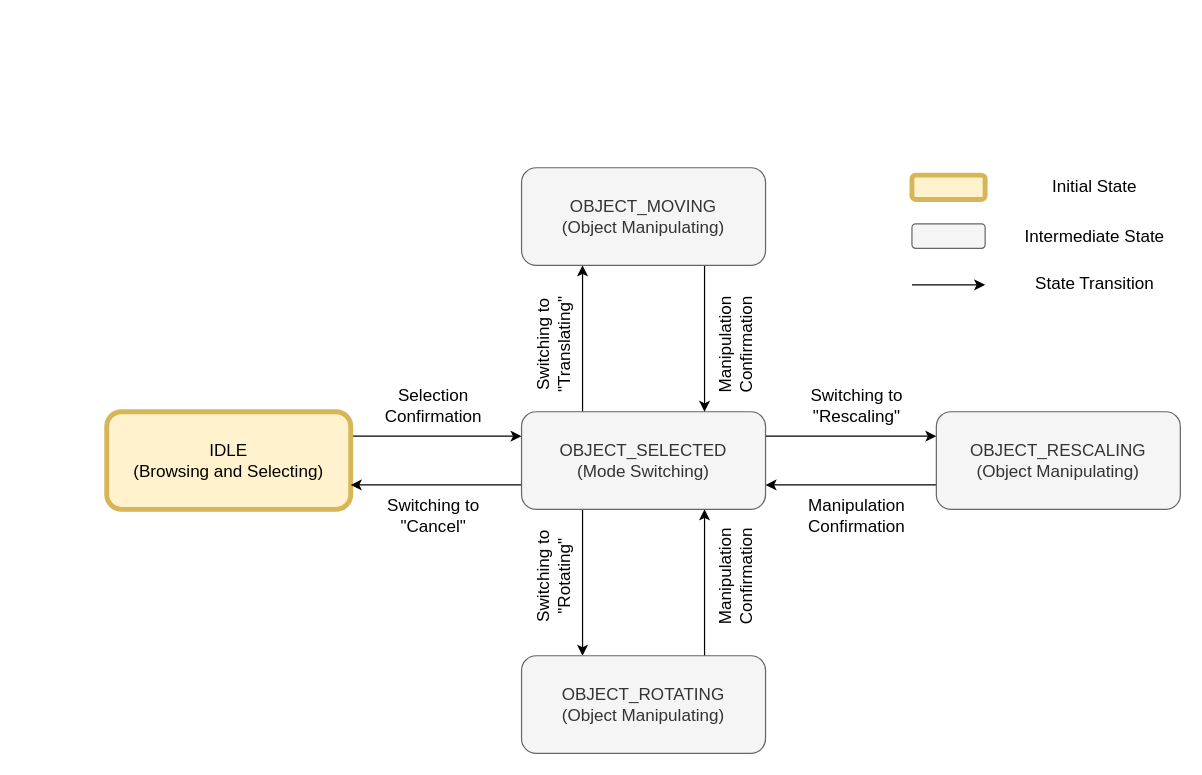
Above: PAPERWORK/论文图例/system_state_machine_eng.drawio in lorenz-liu/gaze-dominant-manipulation (draw.io), before the change. Source tidied: cells renumbered, new cells numbered last; positions are measured from the earlier drawing's top-left corner, leaving out a move shared by most shapes. Both pictures are drawn from the tidied source at 122%, with x=0, y=0 at pixel (106, 167).
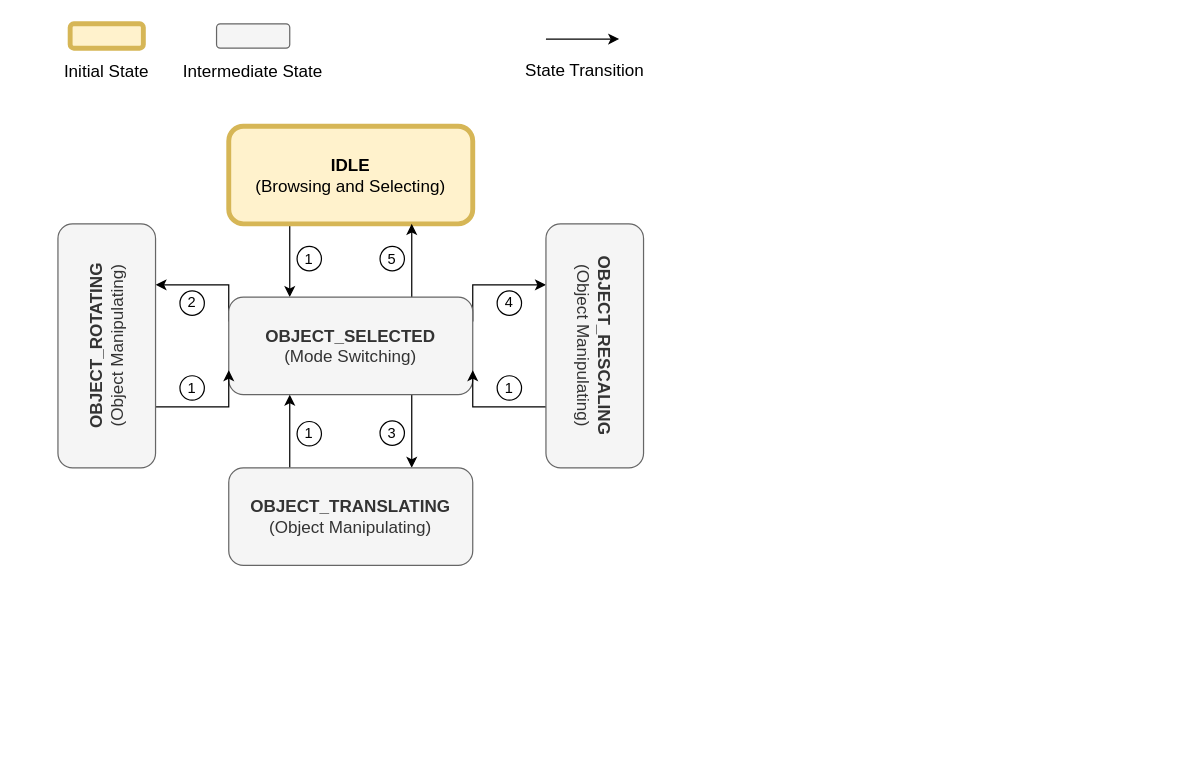
Above is the later version.

The edit, as a diff of the source:
```diff
@@
-    <mxCell id="2" style="edgeStyle=orthogonalEdgeStyle;rounded=0;jettySize=auto;html=1;exitX=1;exitY=0.25;exitDx=0;exitDy=0;entryX=0;entryY=0.25;entryDx=0;entryDy=0;fontSize=14;" parent="1" edge="1" source="3" target="8">
+    <mxCell id="2" style="edgeStyle=orthogonalEdgeStyle;rounded=0;jettySize=auto;html=1;exitX=0.25;exitY=1;exitDx=0;exitDy=0;entryX=0.25;entryY=0;entryDx=0;entryDy=0;" parent="1" edge="1" source="3" target="8">
       <mxGeometry relative="1" as="geometry" />
     </mxCell>
-    <mxCell id="3" value="IDLE&lt;br style=&quot;font-size: 14px;&quot;&gt;(Browsing and Selecting)" style="rounded=1;whiteSpace=wrap;html=1;fillColor=#fff2cc;strokeColor=#d6b656;strokeWidth=4;imageWidth=24;imageHeight=24;fontSize=14;" parent="1" vertex="1">
-      <mxGeometry y="200" width="200" height="80" as="geometry" />
+    <mxCell id="3" value="&lt;b&gt;IDLE&lt;/b&gt;&lt;br style=&quot;font-size: 14px;&quot;&gt;(Browsing and Selecting)" style="rounded=1;whiteSpace=wrap;html=1;fillColor=#fff2cc;strokeColor=#d6b656;strokeWidth=4;imageWidth=24;imageHeight=24;fontSize=14;" parent="1" vertex="1">
+      <mxGeometry x="100" y="-34" width="200" height="80" as="geometry" />
     </mxCell>
+    <mxCell id="6" style="edgeStyle=orthogonalEdgeStyle;rounded=0;jettySize=auto;html=1;exitX=0;exitY=0.25;exitDx=0;exitDy=0;entryX=0.75;entryY=1;entryDx=0;entryDy=0;" parent="1" edge="1" source="8" target="15">
+      <mxGeometry relative="1" as="geometry">
+        <Array as="points">
+          <mxPoint x="100" y="96" />
+        </Array>
+      </mxGeometry>
+    </mxCell>
+    <mxCell id="7" style="edgeStyle=orthogonalEdgeStyle;rounded=0;jettySize=auto;html=1;exitX=1;exitY=0.25;exitDx=0;exitDy=0;entryX=0.25;entryY=1;entryDx=0;entryDy=0;" parent="1" edge="1" source="8" target="17">
+      <mxGeometry relative="1" as="geometry">
+        <Array as="points">
+          <mxPoint x="300" y="96" />
+        </Array>
+      </mxGeometry>
+    </mxCell>
-    <mxCell id="4" style="edgeStyle=orthogonalEdgeStyle;rounded=0;jettySize=auto;html=1;exitX=0;exitY=0.75;exitDx=0;exitDy=0;entryX=1;entryY=0.75;entryDx=0;entryDy=0;fontSize=14;" parent="1" edge="1" source="8" target="3">
+    <mxCell id="4" style="edgeStyle=orthogonalEdgeStyle;rounded=0;jettySize=auto;html=1;exitX=0.75;exitY=0;exitDx=0;exitDy=0;entryX=0.75;entryY=1;entryDx=0;entryDy=0;" parent="1" edge="1" source="8" target="3">
       <mxGeometry relative="1" as="geometry" />
     </mxCell>
-    <mxCell id="5" style="edgeStyle=orthogonalEdgeStyle;rounded=0;jettySize=auto;html=1;exitX=0.25;exitY=0;exitDx=0;exitDy=0;entryX=0.25;entryY=1;entryDx=0;entryDy=0;fontSize=14;" parent="1" edge="1" source="8" target="11">
+    <mxCell id="5" style="edgeStyle=orthogonalEdgeStyle;rounded=0;jettySize=auto;html=1;exitX=0.75;exitY=1;exitDx=0;exitDy=0;entryX=0.75;entryY=0;entryDx=0;entryDy=0;" parent="1" edge="1" source="8" target="11">
       <mxGeometry relative="1" as="geometry" />
     </mxCell>
-    <mxCell id="6" style="edgeStyle=orthogonalEdgeStyle;rounded=0;jettySize=auto;html=1;exitX=0.25;exitY=1;exitDx=0;exitDy=0;entryX=0.25;entryY=0;entryDx=0;entryDy=0;fontSize=14;" parent="1" edge="1" source="8" target="15">
-      <mxGeometry relative="1" as="geometry" />
-    </mxCell>
-    <mxCell id="7" style="edgeStyle=orthogonalEdgeStyle;rounded=0;jettySize=auto;html=1;exitX=1;exitY=0.25;exitDx=0;exitDy=0;entryX=0;entryY=0.25;entryDx=0;entryDy=0;fontSize=14;" parent="1" edge="1" source="8" target="17">
-      <mxGeometry relative="1" as="geometry" />
-    </mxCell>
-    <mxCell id="8" value="OBJECT_SELECTED&lt;br style=&quot;font-size: 14px;&quot;&gt;(Mode Switching)" style="rounded=1;whiteSpace=wrap;html=1;fillColor=#f5f5f5;fontColor=#333333;strokeColor=#666666;imageWidth=24;imageHeight=24;fontSize=14;" parent="1" vertex="1">
-      <mxGeometry x="340" y="200" width="200" height="80" as="geometry" />
+    <mxCell id="8" value="&lt;b&gt;OBJECT_SELECTED&lt;/b&gt;&lt;br style=&quot;font-size: 14px;&quot;&gt;(Mode Switching)" style="rounded=1;whiteSpace=wrap;html=1;fillColor=#f5f5f5;fontColor=#333333;strokeColor=#666666;imageWidth=24;imageHeight=24;fontSize=14;" parent="1" vertex="1">
+      <mxGeometry x="100" y="106" width="200" height="80" as="geometry" />
     </mxCell>
-    <mxCell id="9" value="Switching to &quot;Translating&quot;" style="text;html=1;strokeColor=none;fillColor=none;align=center;verticalAlign=middle;whiteSpace=wrap;rounded=0;rotation=-90;fontSize=14;" parent="1" vertex="1">
-      <mxGeometry x="316" y="130" width="100" height="30" as="geometry" />
-    </mxCell>
-    <mxCell id="10" style="edgeStyle=orthogonalEdgeStyle;rounded=0;jettySize=auto;html=1;exitX=0.75;exitY=1;exitDx=0;exitDy=0;entryX=0.75;entryY=0;entryDx=0;entryDy=0;fontSize=14;" parent="1" edge="1" source="11" target="8">
-      <mxGeometry relative="1" as="geometry" />
-    </mxCell>
-    <mxCell id="11" value="OBJECT_MOVING&lt;br style=&quot;font-size: 14px;&quot;&gt;(Object Manipulating)" style="rounded=1;whiteSpace=wrap;html=1;fillColor=#f5f5f5;fontColor=#333333;strokeColor=#666666;imageWidth=24;imageHeight=24;fontSize=14;" parent="1" vertex="1">
-      <mxGeometry x="340" width="200" height="80" as="geometry" />
-    </mxCell>
-    <mxCell id="12" value="Switching to &quot;Cancel&quot;" style="text;html=1;strokeColor=none;fillColor=none;align=center;verticalAlign=middle;whiteSpace=wrap;rounded=0;rotation=0;fontSize=14;" parent="1" vertex="1">
-      <mxGeometry x="223" y="270" width="90" height="30" as="geometry" />
-    </mxCell>
-    <mxCell id="13" value="Selection Confirmation" style="text;html=1;strokeColor=none;fillColor=none;align=center;verticalAlign=middle;whiteSpace=wrap;rounded=0;rotation=0;fontSize=14;" parent="1" vertex="1">
-      <mxGeometry x="210" y="170" width="116" height="50" as="geometry" />
-    </mxCell>
-    <mxCell id="14" style="edgeStyle=orthogonalEdgeStyle;rounded=0;jettySize=auto;html=1;exitX=0.75;exitY=0;exitDx=0;exitDy=0;entryX=0.75;entryY=1;entryDx=0;entryDy=0;fontSize=14;" parent="1" edge="1" source="15" target="8">
-      <mxGeometry relative="1" as="geometry" />
+    <mxCell id="14" style="edgeStyle=orthogonalEdgeStyle;rounded=0;jettySize=auto;html=1;exitX=0.25;exitY=1;exitDx=0;exitDy=0;entryX=0;entryY=0.75;entryDx=0;entryDy=0;" parent="1" edge="1" source="15" target="8">
+      <mxGeometry relative="1" as="geometry">
+        <Array as="points">
+          <mxPoint x="100" y="196" />
+        </Array>
+      </mxGeometry>
     </mxCell>
-    <mxCell id="15" value="OBJECT_ROTATING&lt;br style=&quot;font-size: 14px;&quot;&gt;(Object Manipulating)" style="rounded=1;whiteSpace=wrap;html=1;fillColor=#f5f5f5;fontColor=#333333;strokeColor=#666666;imageWidth=24;imageHeight=24;fontSize=14;" parent="1" vertex="1">
-      <mxGeometry x="340" y="400" width="200" height="80" as="geometry" />
+    <mxCell id="15" value="&lt;b&gt;OBJECT_ROTATING&lt;/b&gt;&lt;br style=&quot;font-size: 14px;&quot;&gt;(Object Manipulating)" style="rounded=1;whiteSpace=wrap;html=1;fillColor=#f5f5f5;fontColor=#333333;strokeColor=#666666;imageWidth=24;imageHeight=24;fontSize=14;rotation=-90;" parent="1" vertex="1">
+      <mxGeometry x="-100" y="106" width="200" height="80" as="geometry" />
     </mxCell>
-    <mxCell id="16" style="edgeStyle=orthogonalEdgeStyle;rounded=0;jettySize=auto;html=1;exitX=0;exitY=0.75;exitDx=0;exitDy=0;entryX=1;entryY=0.75;entryDx=0;entryDy=0;fontSize=14;" parent="1" edge="1" source="17" target="8">
-      <mxGeometry relative="1" as="geometry" />
+    <mxCell id="16" style="edgeStyle=orthogonalEdgeStyle;rounded=0;jettySize=auto;html=1;exitX=0.75;exitY=1;exitDx=0;exitDy=0;entryX=1;entryY=0.75;entryDx=0;entryDy=0;" parent="1" edge="1" source="17" target="8">
+      <mxGeometry relative="1" as="geometry">
+        <Array as="points">
+          <mxPoint x="300" y="196" />
+        </Array>
+      </mxGeometry>
     </mxCell>
-    <mxCell id="17" value="OBJECT_RESCALING&lt;br style=&quot;font-size: 14px;&quot;&gt;(Object Manipulating)" style="rounded=1;whiteSpace=wrap;html=1;fillColor=#f5f5f5;fontColor=#333333;strokeColor=#666666;imageWidth=24;imageHeight=24;fontSize=14;" parent="1" vertex="1">
-      <mxGeometry x="680" y="200" width="200" height="80" as="geometry" />
+    <mxCell id="17" value="&lt;b&gt;OBJECT_RESCALING&lt;/b&gt;&lt;br style=&quot;font-size: 14px;&quot;&gt;(Object Manipulating)" style="rounded=1;whiteSpace=wrap;html=1;fillColor=#f5f5f5;fontColor=#333333;strokeColor=#666666;imageWidth=24;imageHeight=24;fontSize=14;rotation=90;" parent="1" vertex="1">
+      <mxGeometry x="300" y="106" width="200" height="80" as="geometry" />
     </mxCell>
-    <mxCell id="18" style="group;fontSize=14;" parent="1" vertex="1">
-      <mxGeometry x="660" width="220" height="110" as="geometry" />
-    </mxCell>
+    <mxCell id="10" style="edgeStyle=orthogonalEdgeStyle;rounded=0;jettySize=auto;html=1;exitX=0.25;exitY=0;exitDx=0;exitDy=0;entryX=0.25;entryY=1;entryDx=0;entryDy=0;" parent="1" edge="1" source="11" target="8">
+      <mxGeometry relative="1" as="geometry" />
+    </mxCell>
+    <mxCell id="11" value="&lt;b&gt;OBJECT_TRANSLATING&lt;/b&gt;&lt;br style=&quot;font-size: 14px;&quot;&gt;(Object Manipulating)" style="rounded=1;whiteSpace=wrap;html=1;fillColor=#f5f5f5;fontColor=#333333;strokeColor=#666666;imageWidth=24;imageHeight=24;fontSize=14;" parent="1" vertex="1">
+      <mxGeometry x="100" y="246" width="200" height="80" as="geometry" />
+    </mxCell>
-    <mxCell id="19" style="rounded=1;whiteSpace=wrap;html=1;fillColor=#fff2cc;strokeColor=#d6b656;strokeWidth=4;fontSize=14;" parent="18" vertex="1">
-      <mxGeometry y="6" width="60" height="20" as="geometry" />
+    <mxCell id="19" style="rounded=1;whiteSpace=wrap;html=1;fillColor=#fff2cc;strokeColor=#d6b656;strokeWidth=4;fontSize=14;" parent="1" vertex="1">
+      <mxGeometry x="-30" y="-118" width="60" height="20" as="geometry" />
     </mxCell>
+    <mxCell id="22" value="Initial State" style="text;html=1;strokeColor=none;fillColor=none;align=center;verticalAlign=middle;whiteSpace=wrap;rounded=0;fontSize=14;" parent="1" vertex="1">
+      <mxGeometry x="-70" y="-94" width="140" height="30" as="geometry" />
+    </mxCell>
+    <mxCell id="21" style="endArrow=classic;html=1;rounded=0;fontSize=14;" parent="1" edge="1">
+      <mxGeometry relative="1" as="geometry">
+        <mxPoint x="360" y="-105.5" as="sourcePoint" />
+        <mxPoint x="420" y="-105.5" as="targetPoint" />
+      </mxGeometry>
+    </mxCell>
+    <mxCell id="24" value="State Transition" style="text;html=1;strokeColor=none;fillColor=none;align=center;verticalAlign=middle;whiteSpace=wrap;rounded=0;fontSize=14;" parent="1" vertex="1">
+      <mxGeometry x="322" y="-95" width="140" height="30" as="geometry" />
+    </mxCell>
-    <mxCell id="20" style="rounded=1;whiteSpace=wrap;html=1;fillColor=#f5f5f5;fontColor=#333333;strokeColor=#666666;fontSize=14;" parent="18" vertex="1">
-      <mxGeometry y="46" width="60" height="20" as="geometry" />
+    <mxCell id="20" style="rounded=1;whiteSpace=wrap;html=1;fillColor=#f5f5f5;fontColor=#333333;strokeColor=#666666;fontSize=14;" parent="1" vertex="1">
+      <mxGeometry x="90" y="-118" width="60" height="20" as="geometry" />
     </mxCell>
-    <mxCell id="21" style="endArrow=classic;html=1;rounded=0;fontSize=14;" parent="18" edge="1">
-      <mxGeometry relative="1" as="geometry">
-        <mxPoint y="96" as="sourcePoint" />
-        <mxPoint x="60" y="96" as="targetPoint" />
-      </mxGeometry>
-    </mxCell>
-    <mxCell id="22" value="Initial State" style="text;html=1;strokeColor=none;fillColor=none;align=center;verticalAlign=middle;whiteSpace=wrap;rounded=0;fontSize=14;" parent="18" vertex="1">
-      <mxGeometry x="80" width="140" height="30" as="geometry" />
-    </mxCell>
-    <mxCell id="23" value="Intermediate State" style="text;html=1;strokeColor=none;fillColor=none;align=center;verticalAlign=middle;whiteSpace=wrap;rounded=0;fontSize=14;" parent="18" vertex="1">
-      <mxGeometry x="80" y="41" width="140" height="30" as="geometry" />
+    <mxCell id="23" value="Intermediate State" style="text;html=1;strokeColor=none;fillColor=none;align=center;verticalAlign=middle;whiteSpace=wrap;rounded=0;fontSize=14;" parent="1" vertex="1">
+      <mxGeometry x="50" y="-94" width="140" height="30" as="geometry" />
     </mxCell>
-    <mxCell id="24" value="State Transition" style="text;html=1;strokeColor=none;fillColor=none;align=center;verticalAlign=middle;whiteSpace=wrap;rounded=0;fontSize=14;" parent="18" vertex="1">
-      <mxGeometry x="80" y="80" width="140" height="30" as="geometry" />
-    </mxCell>
-    <mxCell id="25" value="Manipulation Confirmation" style="text;html=1;strokeColor=none;fillColor=none;align=center;verticalAlign=middle;whiteSpace=wrap;rounded=0;rotation=-90;fontSize=14;" parent="1" vertex="1">
-      <mxGeometry x="470" y="130" width="90" height="30" as="geometry" />
-    </mxCell>
-    <mxCell id="26" value="Switching to &quot;Rescaling&quot;" style="text;html=1;strokeColor=none;fillColor=none;align=center;verticalAlign=middle;whiteSpace=wrap;rounded=0;rotation=0;fontSize=14;" parent="1" vertex="1">
-      <mxGeometry x="570" y="180" width="90" height="30" as="geometry" />
-    </mxCell>
-    <mxCell id="27" value="Manipulation Confirmation" style="text;html=1;strokeColor=none;fillColor=none;align=center;verticalAlign=middle;whiteSpace=wrap;rounded=0;rotation=0;fontSize=14;" parent="1" vertex="1">
-      <mxGeometry x="570" y="270" width="90" height="30" as="geometry" />
-    </mxCell>
-    <mxCell id="28" value="Manipulation Confirmation" style="text;html=1;strokeColor=none;fillColor=none;align=center;verticalAlign=middle;whiteSpace=wrap;rounded=0;rotation=-90;fontSize=14;" parent="1" vertex="1">
-      <mxGeometry x="470" y="320" width="90" height="30" as="geometry" />
-    </mxCell>
-    <mxCell id="29" value="Switching to &quot;Rotating&quot;" style="text;html=1;strokeColor=none;fillColor=none;align=center;verticalAlign=middle;whiteSpace=wrap;rounded=0;rotation=-90;fontSize=14;" parent="1" vertex="1">
-      <mxGeometry x="316" y="320" width="100" height="30" as="geometry" />
-    </mxCell>
+    <mxCell id="30" value="1" style="ellipse;whiteSpace=wrap;html=1;" parent="1" vertex="1">
+      <mxGeometry x="156" y="64.5" width="20" height="20" as="geometry" />
+    </mxCell>
+    <mxCell id="31" value="1" style="ellipse;whiteSpace=wrap;html=1;" parent="1" vertex="1">
+      <mxGeometry x="156" y="208" width="20" height="20" as="geometry" />
+    </mxCell>
+    <mxCell id="32" value="5" style="ellipse;whiteSpace=wrap;html=1;" parent="1" vertex="1">
+      <mxGeometry x="224" y="64.5" width="20" height="20" as="geometry" />
+    </mxCell>
+    <mxCell id="33" value="3" style="ellipse;whiteSpace=wrap;html=1;" parent="1" vertex="1">
+      <mxGeometry x="224" y="207.5" width="20" height="20" as="geometry" />
+    </mxCell>
+    <mxCell id="34" value="2" style="ellipse;whiteSpace=wrap;html=1;" parent="1" vertex="1">
+      <mxGeometry x="60" y="101" width="20" height="20" as="geometry" />
+    </mxCell>
+    <mxCell id="35" value="1" style="ellipse;whiteSpace=wrap;html=1;" parent="1" vertex="1">
+      <mxGeometry x="60" y="170.5" width="20" height="20" as="geometry" />
+    </mxCell>
+    <mxCell id="36" value="4" style="ellipse;whiteSpace=wrap;html=1;" parent="1" vertex="1">
+      <mxGeometry x="320" y="101" width="20" height="20" as="geometry" />
+    </mxCell>
+    <mxCell id="37" value="1" style="ellipse;whiteSpace=wrap;html=1;" parent="1" vertex="1">
+      <mxGeometry x="320" y="170.5" width="20" height="20" as="geometry" />
+    </mxCell>
```
